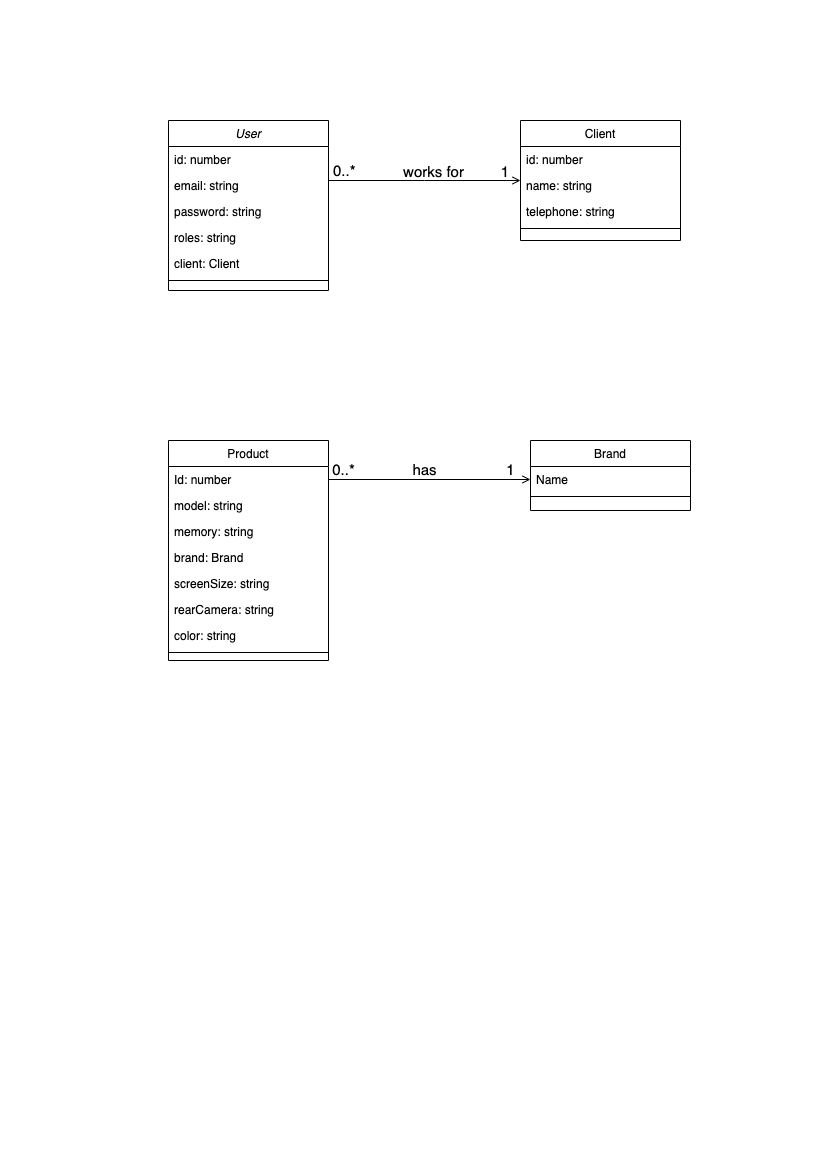
Earlier version of the draw.io export diagrams/class_diagram.png (lauralazzaro/p7-bilemo). Source tidied: cells renumbered, new cells last; positions are measured from the earlier drawing's top-left corner, leaving out a move shared by most shapes.
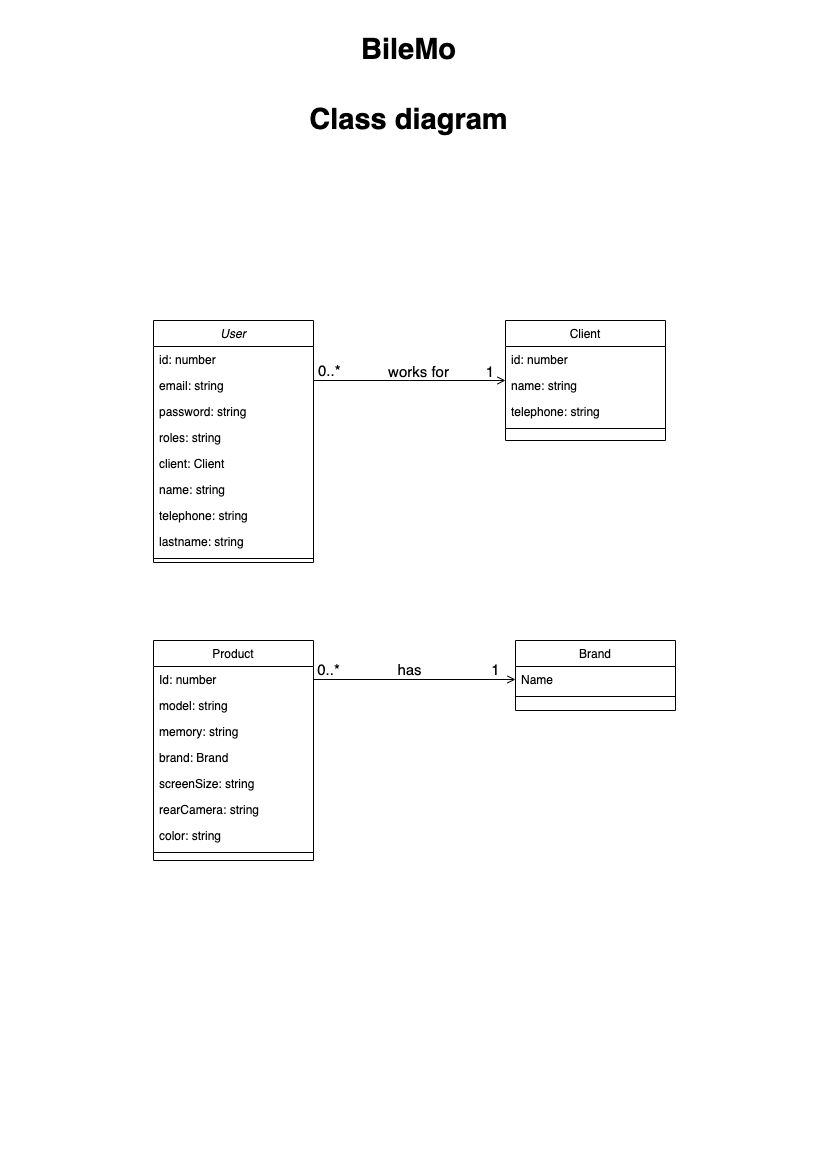
Above is the later version.

Commit message:
update class diagram

Change to the diagram source:
```diff
@@ -3,7 +3,7 @@
     <mxCell id="0" />
     <mxCell id="1" parent="0" />
     <mxCell id="2" value="User" style="swimlane;fontStyle=2;align=center;verticalAlign=top;horizontal=1;startSize=26;rounded=0;shadow=0;strokeWidth=1;" parent="1" vertex="1">
-      <mxGeometry width="160" height="170" as="geometry" />
+      <mxGeometry width="160" height="242" as="geometry" />
     </mxCell>
     <mxCell id="3" value="id: number" style="text;align=left;verticalAlign=top;spacingLeft=4;spacingRight=4;overflow=hidden;" parent="2" vertex="1">
       <mxGeometry y="26" width="160" height="26" as="geometry" />
@@ -20,8 +20,17 @@
     <mxCell id="7" value="client: Client" style="text;align=left;verticalAlign=top;spacingLeft=4;spacingRight=4;overflow=hidden;rounded=0;shadow=0;html=0;" parent="2" vertex="1">
       <mxGeometry y="130" width="160" height="26" as="geometry" />
     </mxCell>
+    <mxCell id="34" value="name: string" style="text;align=left;verticalAlign=top;spacingLeft=4;spacingRight=4;overflow=hidden;rounded=0;shadow=0;html=0;" parent="2" vertex="1">
+      <mxGeometry y="156" width="160" height="26" as="geometry" />
+    </mxCell>
+    <mxCell id="35" value="telephone: string" style="text;align=left;verticalAlign=top;spacingLeft=4;spacingRight=4;overflow=hidden;rounded=0;shadow=0;html=0;" parent="2" vertex="1">
+      <mxGeometry y="182" width="160" height="26" as="geometry" />
+    </mxCell>
+    <mxCell id="36" value="lastname: string" style="text;align=left;verticalAlign=top;spacingLeft=4;spacingRight=4;overflow=hidden;rounded=0;shadow=0;html=0;" parent="2" vertex="1">
+      <mxGeometry y="208" width="160" height="26" as="geometry" />
+    </mxCell>
     <mxCell id="8" style="line;html=1;strokeWidth=1;align=left;verticalAlign=middle;spacingTop=-1;spacingLeft=3;spacingRight=3;labelPosition=right;" parent="2" vertex="1">
-      <mxGeometry y="156" width="160" height="8" as="geometry" />
+      <mxGeometry y="234" width="160" height="8" as="geometry" />
     </mxCell>
     <mxCell id="9" style="edgeStyle=orthogonalEdgeStyle;rounded=0;jettySize=auto;html=1;entryX=0;entryY=0.5;entryDx=0;entryDy=0;endArrow=open;endFill=0;exitX=1;exitY=0.5;exitDx=0;exitDy=0;" parent="1" edge="1" source="14" target="23">
       <mxGeometry relative="1" as="geometry" />
@@ -112,5 +121,8 @@
         <mxPoint x="-40" y="39" as="offset" />
       </mxGeometry>
     </mxCell>
+    <mxCell id="37" value="BileMo&lt;br style=&quot;font-size: 29px;&quot;&gt;&lt;br style=&quot;font-size: 29px;&quot;&gt;Class diagram" style="text;html=1;strokeColor=none;fillColor=none;align=center;verticalAlign=middle;whiteSpace=wrap;rounded=0;fontSize=29;fontStyle=1;" parent="1" vertex="1">
+      <mxGeometry x="82" y="-250" width="347" height="30" as="geometry" />
+    </mxCell>
   </root>
 </mxGraphModel>
```
